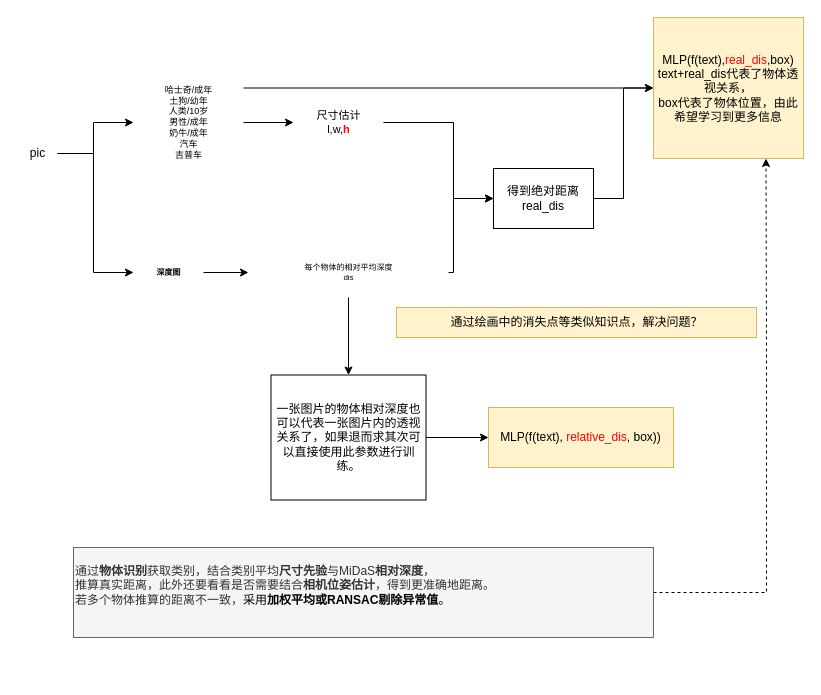
This is DigitalImageProcessing/gligen-透视关系问题分析.drawio from baizhu0414/Diagrams, a draw.io file, before an edit. Source tidied: cells renumbered, new cells numbered last; positions are measured from the earlier drawing's top-left corner, leaving out a move shared by most shapes. Both pictures are drawn from the tidied source at 100%, with x=0, y=0 at pixel (17, 17).
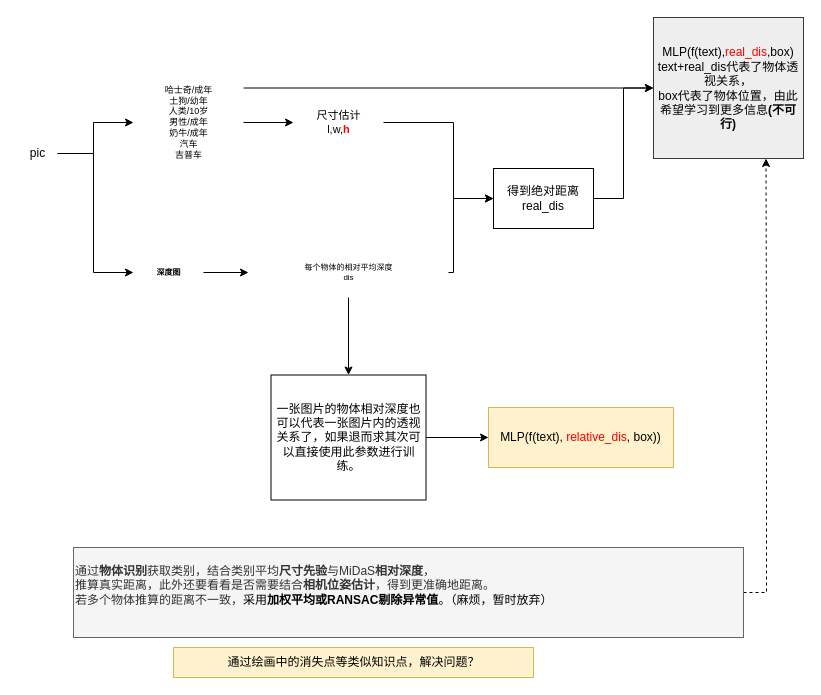
The same page after the edit.

Commit message:
更新gligen-透视关系问题分析.drawio

The edit, as a diff of the source:
```diff
@@
-    <mxCell id="17" value="MLP(f(text),&lt;font style=&quot;color: rgb(255, 0, 0);&quot;&gt;real_dis&lt;/font&gt;,box)&lt;div&gt;text+real_dis代表了物体透视关系，&lt;/div&gt;&lt;div&gt;box代表了物体位置，由此希望学习到更多信息&lt;/div&gt;" style="whiteSpace=wrap;html=1;fillColor=#fff2cc;strokeColor=#d6b656;" parent="1" vertex="1">
+    <mxCell id="17" value="MLP(f(text),&lt;font style=&quot;color: rgb(255, 0, 0);&quot;&gt;real_dis&lt;/font&gt;,box)&lt;div&gt;text+real_dis代表了物体透视关系，&lt;/div&gt;&lt;div&gt;box代表了物体位置，由此希望学习到更多信息&lt;b&gt;(不可行)&lt;/b&gt;&lt;/div&gt;" style="whiteSpace=wrap;html=1;fillColor=#eeeeee;strokeColor=#36393d;" parent="1" vertex="1">
       <mxGeometry x="636" width="150" height="141" as="geometry" />
     </mxCell>
@@
     <mxCell id="21" value="通过绘画中的消失点等类似知识点，解决问题？" style="text;html=1;align=center;verticalAlign=middle;strokeColor=#d6b656;fillColor=#fff2cc;" parent="1" vertex="1">
-      <mxGeometry x="379" y="290" width="360" height="30" as="geometry" />
+      <mxGeometry x="156" y="630" width="360" height="30" as="geometry" />
     </mxCell>
@@
-    <mxCell id="23" value="通过&lt;b&gt;物体识别&lt;/b&gt;获取类别，结合类别平均&lt;b&gt;尺寸先验&lt;/b&gt;与MiDaS&lt;b&gt;相对深度&lt;/b&gt;，&lt;div&gt;推算真实距离，此外还要看看是否需要结合&lt;b&gt;相机位姿估计&lt;/b&gt;，得到更准确地距离。&lt;/div&gt;&lt;div&gt;若多个物体推算的距离不一致，&lt;span style=&quot;background-color: transparent; color: light-dark(rgb(0, 0, 0), rgb(255, 255, 255));&quot;&gt;采用&lt;b&gt;加权平均或RANSAC剔除异常值&lt;/b&gt;。&lt;/span&gt;&lt;/div&gt;&lt;div&gt;&lt;span style=&quot;background-color: transparent; color: light-dark(rgb(0, 0, 0), rgb(255, 255, 255));&quot;&gt;&lt;br&gt;&lt;/span&gt;&lt;/div&gt;" style="text;html=1;align=left;verticalAlign=middle;points=[];strokeColor=#666666;fillColor=#f5f5f5;fontColor=#333333;" parent="1" vertex="1">
-      <mxGeometry x="56" y="530" width="580" height="90" as="geometry" />
+    <mxCell id="23" value="通过&lt;b&gt;物体识别&lt;/b&gt;获取类别，结合类别平均&lt;b&gt;尺寸先验&lt;/b&gt;与MiDaS&lt;b&gt;相对深度&lt;/b&gt;，&lt;div&gt;推算真实距离，此外还要看看是否需要结合&lt;b&gt;相机位姿估计&lt;/b&gt;，得到更准确地距离。&lt;/div&gt;&lt;div&gt;若多个物体推算的距离不一致，&lt;span style=&quot;background-color: transparent; color: light-dark(rgb(0, 0, 0), rgb(255, 255, 255));&quot;&gt;采用&lt;b&gt;加权平均或RANSAC剔除异常值&lt;/b&gt;。（麻烦，暂时放弃&lt;/span&gt;&lt;span style=&quot;background-color: transparent; color: light-dark(rgb(0, 0, 0), rgb(255, 255, 255));&quot;&gt;）&lt;/span&gt;&lt;/div&gt;&lt;div&gt;&lt;span style=&quot;background-color: transparent; color: light-dark(rgb(0, 0, 0), rgb(255, 255, 255));&quot;&gt;&lt;br&gt;&lt;/span&gt;&lt;/div&gt;" style="text;html=1;align=left;verticalAlign=middle;points=[];strokeColor=#666666;fillColor=#f5f5f5;fontColor=#333333;" parent="1" vertex="1">
+      <mxGeometry x="56" y="530" width="670" height="90" as="geometry" />
     </mxCell>
```
